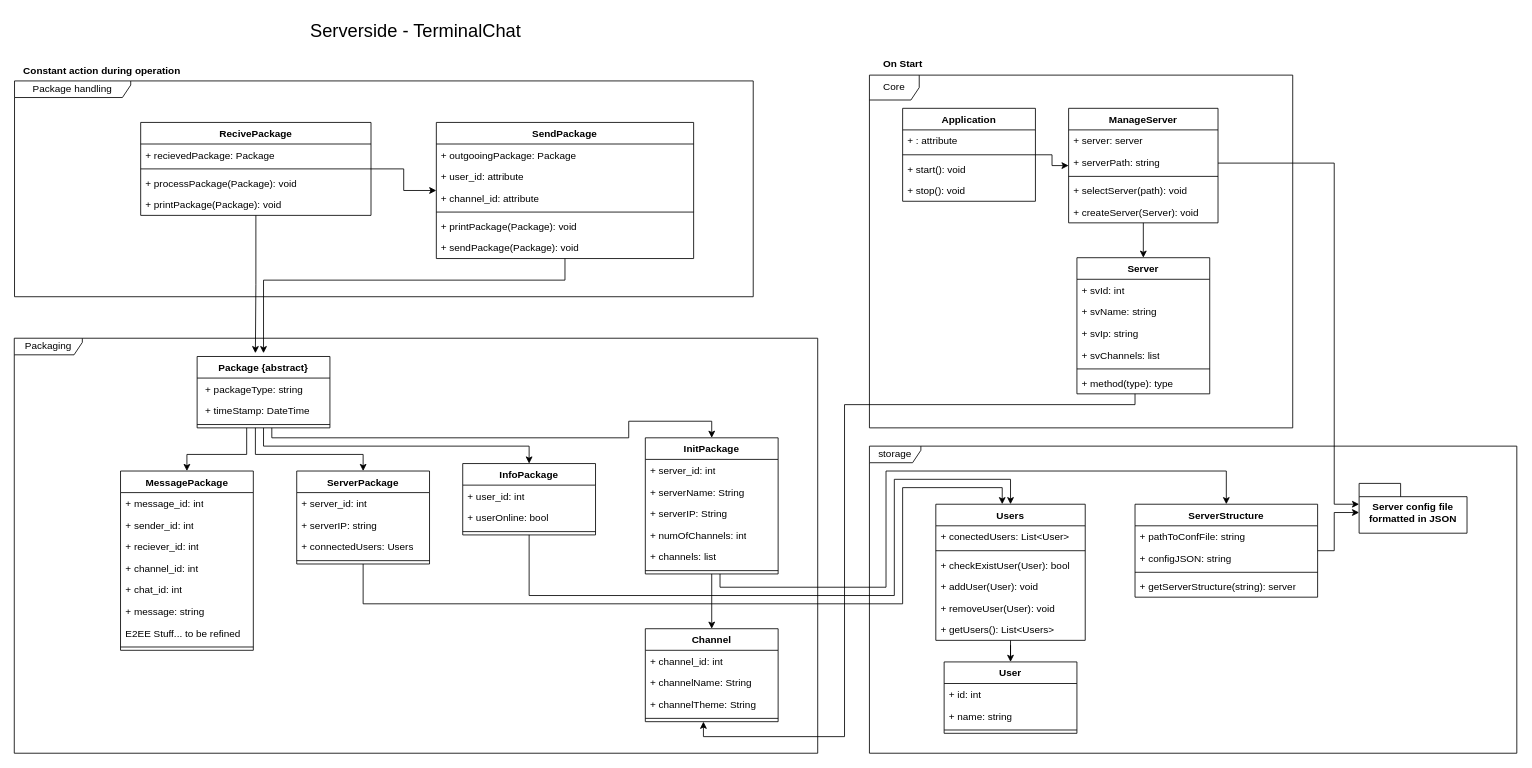
Before: Dokumente/Diagramme/classdiagramm_server.drawio in gbssg/ims.project.terminalchat, a draw.io diagram. Source tidied: cells renumbered, new cells numbered last; positions are measured from the earlier drawing's top-left corner, leaving out a move shared by most shapes. Both pictures are drawn from the tidied source at 83%, with x=0, y=0 at pixel (14, 14).
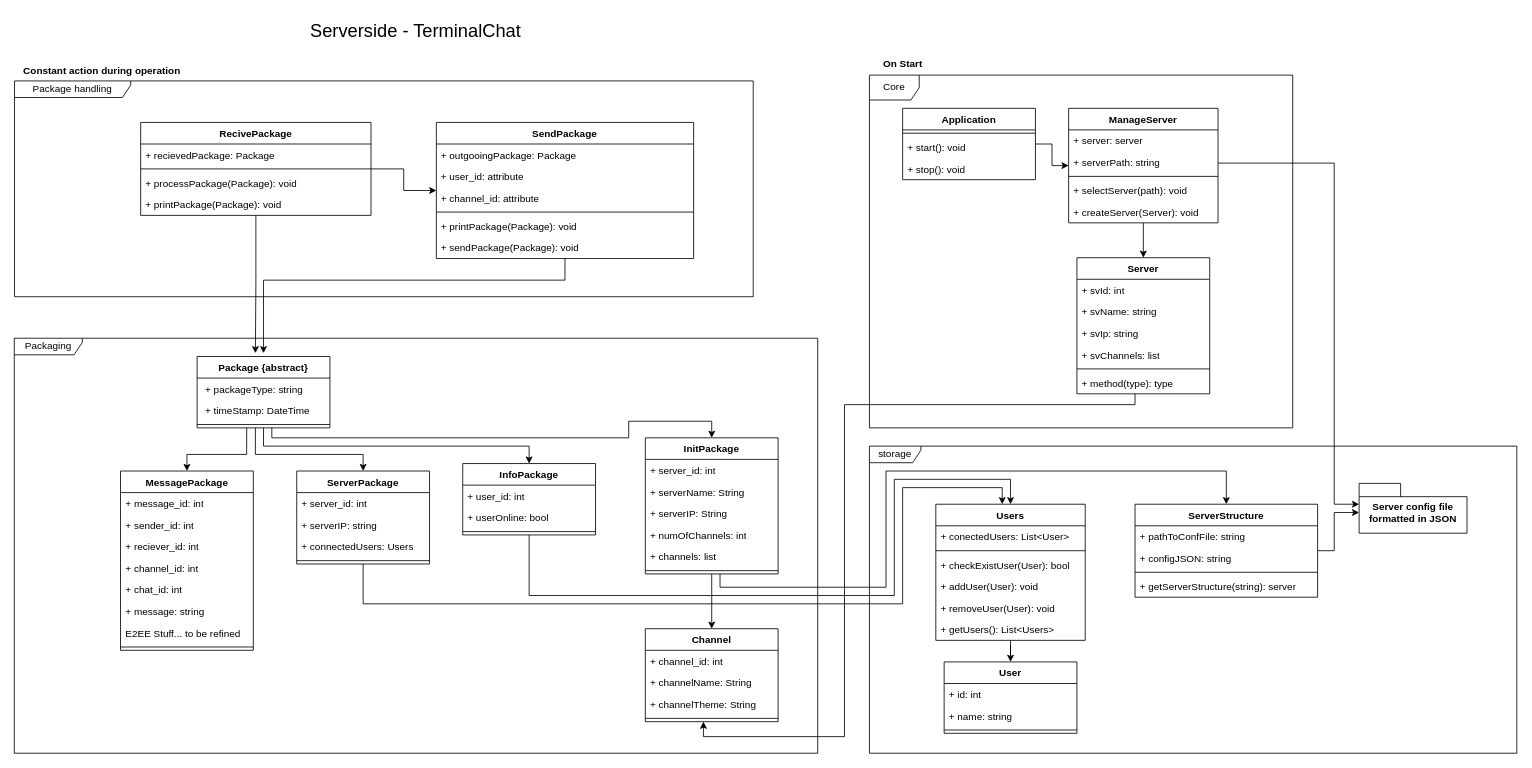
After the change.

The edit, as a diff of the source:
```diff
@@
     <mxCell id="80" value="Application" style="swimlane;fontStyle=1;align=center;verticalAlign=top;horizontal=1;startSize=26;whiteSpace=wrap;html=1;swimlaneLine=1;shadow=0;fillOpacity=100;backgroundOutline=0;labelBackgroundColor=none;" parent="1" vertex="1">
-      <mxGeometry x="1070" y="113" width="160" height="112" as="geometry" />
+      <mxGeometry x="1070" y="113" width="160" height="86" as="geometry" />
     </mxCell>
-    <mxCell id="81" value="+ : attribute" style="text;strokeColor=none;fillColor=none;align=left;verticalAlign=top;spacingLeft=4;spacingRight=4;overflow=hidden;whiteSpace=wrap;html=1;" parent="80" vertex="1">
-      <mxGeometry y="26" width="160" height="26" as="geometry" />
-    </mxCell>
     <mxCell id="82" style="line;strokeWidth=1;align=left;verticalAlign=middle;spacingTop=-1;spacingLeft=3;spacingRight=3;labelPosition=right;swimlaneLine=1;shadow=0;fillOpacity=100;backgroundOutline=0;labelBackgroundColor=none;" parent="80" vertex="1">
-      <mxGeometry y="52" width="160" height="8" as="geometry" />
+      <mxGeometry y="26" width="160" height="8" as="geometry" />
     </mxCell>
     <mxCell id="83" value="+ start(): void" style="text;align=left;verticalAlign=top;spacingLeft=4;spacingRight=4;overflow=hidden;whiteSpace=wrap;html=1;swimlaneLine=1;shadow=0;fillOpacity=100;backgroundOutline=0;labelBackgroundColor=none;" parent="80" vertex="1">
-      <mxGeometry y="60" width="160" height="26" as="geometry" />
+      <mxGeometry y="34" width="160" height="26" as="geometry" />
     </mxCell>
     <mxCell id="84" value="+ stop(): void" style="text;align=left;verticalAlign=top;spacingLeft=4;spacingRight=4;overflow=hidden;whiteSpace=wrap;html=1;swimlaneLine=1;shadow=0;fillOpacity=100;backgroundOutline=0;labelBackgroundColor=none;" parent="80" vertex="1">
-      <mxGeometry y="86" width="160" height="26" as="geometry" />
+      <mxGeometry y="60" width="160" height="26" as="geometry" />
     </mxCell>
```
